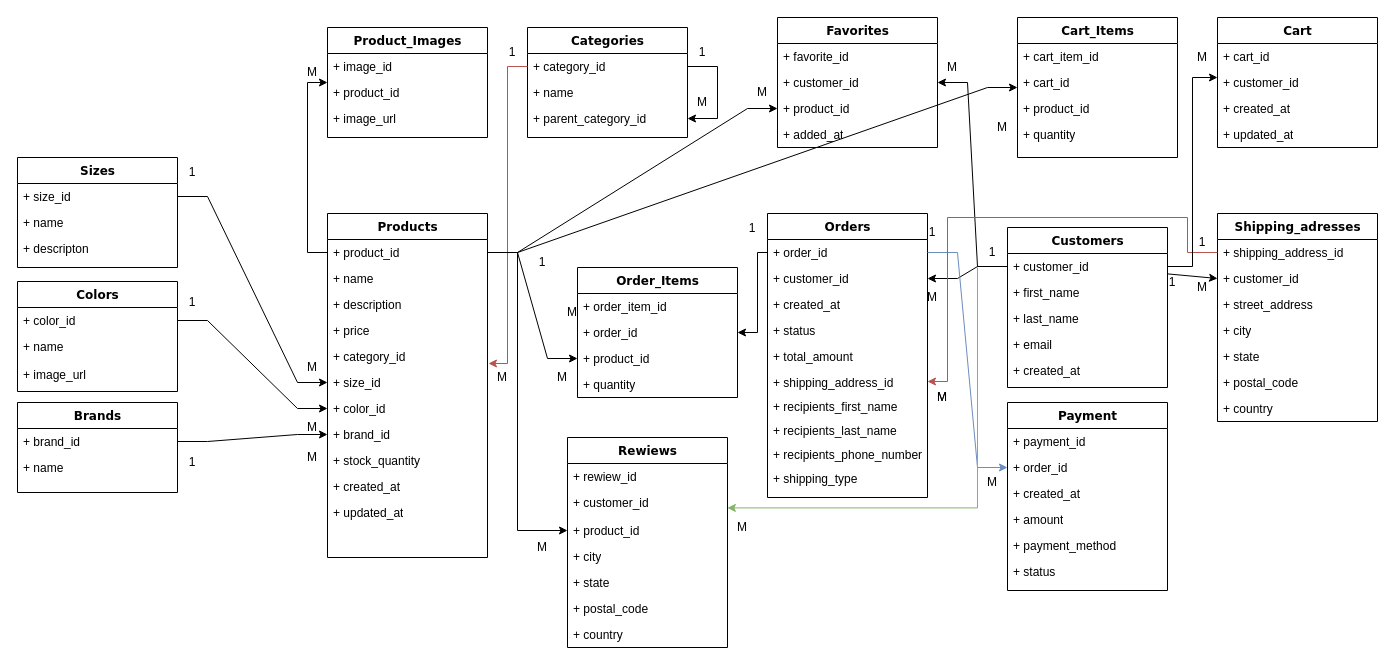
Above: docs/Діаграма без назви.drawio in Yaroslav-Sp/modnyk (draw.io), before the change. Source tidied: cells renumbered, new cells numbered last; positions are measured from the earlier drawing's top-left corner, leaving out a move shared by most shapes. Both pictures are drawn from the tidied source at 100%, with x=0, y=0 at pixel (17, 17).
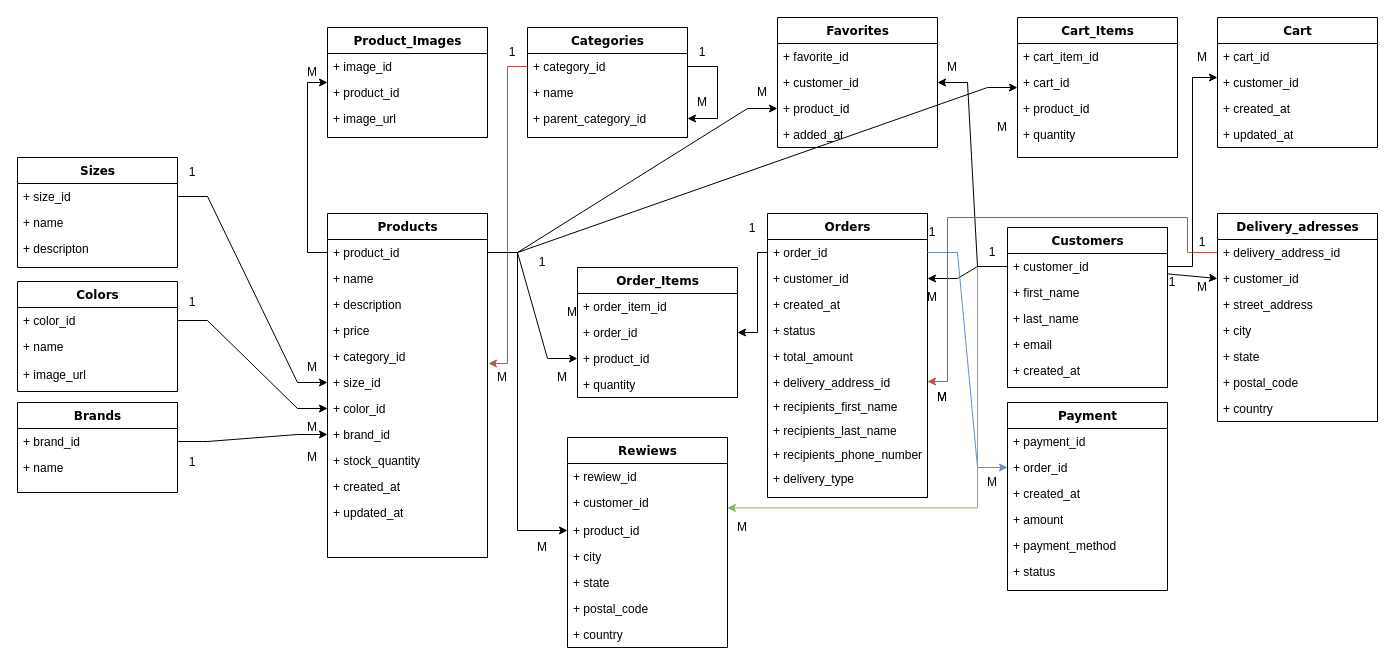
Above is the later version.

The change refers to these unchanged cells:
```xml
<mxCell id="25" value="Orders" style="swimlane;html=1;fontStyle=1;align=center;verticalAlign=top;horizontal=1;startSize=26;swimlaneFillColor=#ffffff;rounded=0;shadow=0;comic=0;labelBackgroundColor=none;strokeWidth=1;fillColor=none;fontFamily=Verdana;fontSize=12;" parent="1" vertex="1">
  <mxGeometry x="750" y="196" width="160" height="284" as="geometry" />
</mxCell>
```

What changed in the source:
```diff
@@
-    <mxCell id="31" value="+ shipping_address_id" style="text;html=1;strokeColor=none;fillColor=none;align=left;verticalAlign=top;spacingLeft=4;spacingRight=4;whiteSpace=wrap;overflow=hidden;points=[[0,0.5],[1,0.5]];portConstraint=eastwest;" parent="25" vertex="1">
+    <mxCell id="31" value="+ delivery_address_id" style="text;html=1;strokeColor=none;fillColor=none;align=left;verticalAlign=top;spacingLeft=4;spacingRight=4;whiteSpace=wrap;overflow=hidden;points=[[0,0.5],[1,0.5]];portConstraint=eastwest;" parent="25" vertex="1">
       <mxGeometry y="156" width="160" height="24" as="geometry" />
     </mxCell>
@@
-    <mxCell id="35" value="+ shipping_type" style="text;html=1;strokeColor=none;fillColor=none;align=left;verticalAlign=top;spacingLeft=4;spacingRight=4;whiteSpace=wrap;overflow=hidden;" parent="25" vertex="1">
+    <mxCell id="35" value="+ delivery_type" style="text;html=1;strokeColor=none;fillColor=none;align=left;verticalAlign=top;spacingLeft=4;spacingRight=4;whiteSpace=wrap;overflow=hidden;" parent="25" vertex="1">
       <mxGeometry y="252" width="160" height="24" as="geometry" />
     </mxCell>
@@
-    <mxCell id="41" value="Shipping_adresses" style="swimlane;html=1;fontStyle=1;align=center;verticalAlign=top;horizontal=1;startSize=26;swimlaneFillColor=#ffffff;rounded=0;shadow=0;comic=0;labelBackgroundColor=none;strokeWidth=1;fillColor=none;fontFamily=Verdana;fontSize=12;" parent="1" vertex="1">
+    <mxCell id="41" value="Delivery_adresses" style="swimlane;html=1;fontStyle=1;align=center;verticalAlign=top;horizontal=1;startSize=26;swimlaneFillColor=#ffffff;rounded=0;shadow=0;comic=0;labelBackgroundColor=none;strokeWidth=1;fillColor=none;fontFamily=Verdana;fontSize=12;" parent="1" vertex="1">
       <mxGeometry x="1200" y="196" width="160" height="208" as="geometry" />
     </mxCell>
-    <mxCell id="42" value="+ shipping_address_id" style="text;html=1;strokeColor=none;fillColor=none;align=left;verticalAlign=top;spacingLeft=4;spacingRight=4;whiteSpace=wrap;overflow=hidden;points=[[0,0.5],[1,0.5]];portConstraint=eastwest;" parent="41" vertex="1">
+    <mxCell id="42" value="+ delivery_address_id" style="text;html=1;strokeColor=none;fillColor=none;align=left;verticalAlign=top;spacingLeft=4;spacingRight=4;whiteSpace=wrap;overflow=hidden;points=[[0,0.5],[1,0.5]];portConstraint=eastwest;" parent="41" vertex="1">
       <mxGeometry y="26" width="160" height="26" as="geometry" />
     </mxCell>
```
